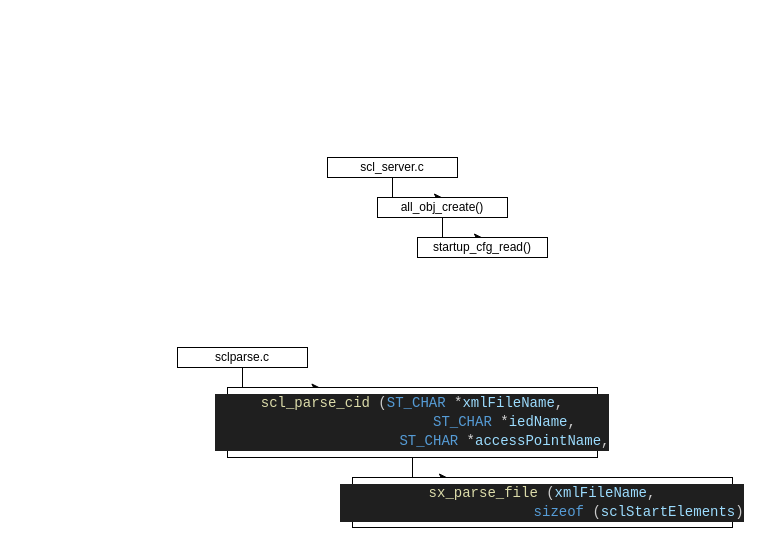
Above: PDA Project/61850lib_code_concept/p61850mappingtbl_xml_parser.drawio in jibonaronno/documentsA (draw.io), before the change. Source tidied: cells renumbered, new cells numbered last; positions are measured from the earlier drawing's top-left corner, leaving out a move shared by most shapes. Both pictures are drawn from the tidied source at 100%, with x=0, y=0 at pixel (177, 157).
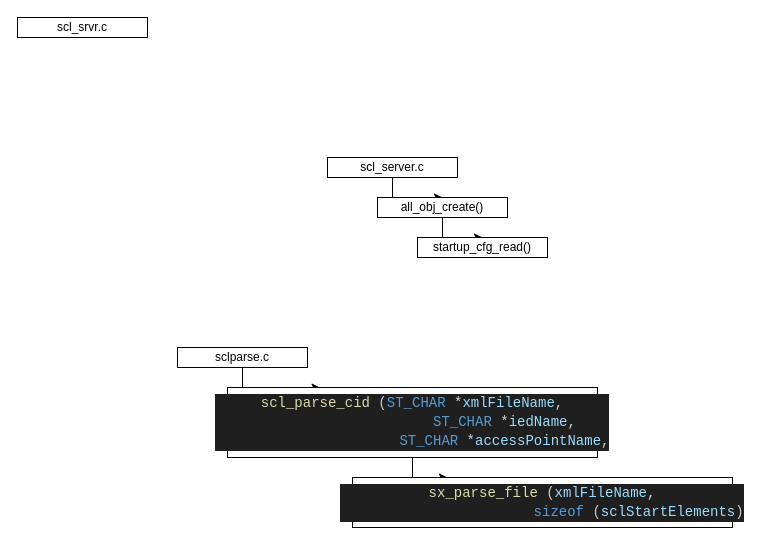
After the change.

Commit message (it also covers changes not shown here):
23 Oct Office Python 001

Diff of the diagram source:
```diff
@@
 <mxGraphModel>
   <root>
     <mxCell id="0" />
     <mxCell id="1" parent="0" />
     <mxCell id="2" style="edgeStyle=orthogonalEdgeStyle;rounded=0;jettySize=auto;html=1;exitX=0.5;exitY=1;exitDx=0;exitDy=0;" parent="1" edge="1" source="3" target="5">
       <mxGeometry relative="1" as="geometry" />
     </mxCell>
     <mxCell id="3" value="scl_server.c" style="rounded=0;whiteSpace=wrap;html=1;" parent="1" vertex="1">
       <mxGeometry x="150" width="130" height="20" as="geometry" />
     </mxCell>
     <mxCell id="4" style="edgeStyle=orthogonalEdgeStyle;rounded=0;jettySize=auto;html=1;exitX=0.5;exitY=1;exitDx=0;exitDy=0;" parent="1" edge="1" source="5" target="6">
       <mxGeometry relative="1" as="geometry" />
     </mxCell>
     <mxCell id="5" value="all_obj_create()" style="rounded=0;whiteSpace=wrap;html=1;" parent="1" vertex="1">
       <mxGeometry x="200" y="40" width="130" height="20" as="geometry" />
     </mxCell>
     <mxCell id="6" value="startup_cfg_read()" style="rounded=0;whiteSpace=wrap;html=1;" parent="1" vertex="1">
       <mxGeometry x="240" y="80" width="130" height="20" as="geometry" />
     </mxCell>
     <mxCell id="7" style="edgeStyle=orthogonalEdgeStyle;rounded=0;jettySize=auto;html=1;exitX=0.5;exitY=1;exitDx=0;exitDy=0;entryX=0.25;entryY=0;entryDx=0;entryDy=0;" parent="1" edge="1" source="8" target="10">
       <mxGeometry relative="1" as="geometry" />
     </mxCell>
     <mxCell id="8" value="sclparse&lt;span style=&quot;background-color: initial;&quot;&gt;.c&lt;/span&gt;" style="rounded=0;whiteSpace=wrap;html=1;" parent="1" vertex="1">
       <mxGeometry y="190" width="130" height="20" as="geometry" />
     </mxCell>
     <mxCell id="9" style="edgeStyle=orthogonalEdgeStyle;rounded=0;jettySize=auto;html=1;exitX=0.5;exitY=1;exitDx=0;exitDy=0;entryX=0.25;entryY=0;entryDx=0;entryDy=0;" parent="1" edge="1" source="10" target="11">
       <mxGeometry relative="1" as="geometry" />
     </mxCell>
     <mxCell id="10" value="&lt;div style=&quot;color: rgb(204, 204, 204); background-color: rgb(31, 31, 31); font-family: Consolas, &amp;quot;Courier New&amp;quot;, monospace; font-size: 14px; line-height: 19px; white-space: pre;&quot;&gt;&lt;div&gt;&lt;span style=&quot;color: #dcdcaa;&quot;&gt;scl_parse_cid&lt;/span&gt; (&lt;span style=&quot;color: #569cd6;&quot;&gt;ST_CHAR&lt;/span&gt; &lt;span style=&quot;color: #d4d4d4;&quot;&gt;*&lt;/span&gt;&lt;span style=&quot;color: #9cdcfe;&quot;&gt;xmlFileName&lt;/span&gt;,&lt;/div&gt;&lt;div&gt;&amp;nbsp; &amp;nbsp; &amp;nbsp; &amp;nbsp; &amp;nbsp; &amp;nbsp; &amp;nbsp; &amp;nbsp; &amp;nbsp; &amp;nbsp; &amp;nbsp; &lt;span style=&quot;color: #569cd6;&quot;&gt;ST_CHAR&lt;/span&gt; &lt;span style=&quot;color: #d4d4d4;&quot;&gt;*&lt;/span&gt;&lt;span style=&quot;color: #9cdcfe;&quot;&gt;iedName&lt;/span&gt;,&lt;/div&gt;&lt;div&gt;&amp;nbsp; &amp;nbsp; &amp;nbsp; &amp;nbsp; &amp;nbsp; &amp;nbsp; &amp;nbsp; &amp;nbsp; &amp;nbsp; &amp;nbsp; &amp;nbsp; &lt;span style=&quot;color: #569cd6;&quot;&gt;ST_CHAR&lt;/span&gt; &lt;span style=&quot;color: #d4d4d4;&quot;&gt;*&lt;/span&gt;&lt;span style=&quot;color: #9cdcfe;&quot;&gt;accessPointName&lt;/span&gt;,&lt;/div&gt;&lt;/div&gt;" style="rounded=0;whiteSpace=wrap;html=1;" parent="1" vertex="1">
       <mxGeometry x="50" y="230" width="370" height="70" as="geometry" />
     </mxCell>
     <mxCell id="11" value="&lt;div style=&quot;color: rgb(204, 204, 204); background-color: rgb(31, 31, 31); font-family: Consolas, &amp;quot;Courier New&amp;quot;, monospace; font-size: 14px; line-height: 19px; white-space: pre;&quot;&gt;&lt;div&gt;&lt;span style=&quot;color: #dcdcaa;&quot;&gt;sx_parse_file&lt;/span&gt; (&lt;span style=&quot;color: #9cdcfe;&quot;&gt;xmlFileName&lt;/span&gt;,&lt;/div&gt;&lt;div&gt;&amp;nbsp; &amp;nbsp; &amp;nbsp; &amp;nbsp; &amp;nbsp; &amp;nbsp; &amp;nbsp; &amp;nbsp; &amp;nbsp; &amp;nbsp; &amp;nbsp; &amp;nbsp;&lt;span style=&quot;color: #569cd6;&quot;&gt;sizeof&lt;/span&gt; (&lt;span style=&quot;color: #9cdcfe;&quot;&gt;sclStartElements&lt;/span&gt;)&lt;/div&gt;&lt;/div&gt;" style="rounded=0;whiteSpace=wrap;html=1;" parent="1" vertex="1">
       <mxGeometry x="175" y="320" width="380" height="50" as="geometry" />
     </mxCell>
+    <mxCell id="12" value="scl_srvr&lt;span style=&quot;background-color: initial;&quot;&gt;.c&lt;/span&gt;" style="rounded=0;whiteSpace=wrap;html=1;" parent="1" vertex="1">
+      <mxGeometry x="-160" y="-140" width="130" height="20" as="geometry" />
+    </mxCell>
   </root>
 </mxGraphModel>
```
